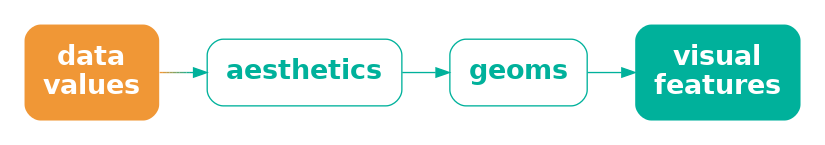
The Graphviz diagram Diagrams/data-aes-geom-vis.png in pmur002/hdvw, before a commit. Its source is kept beside it as Diagrams/data-aes-geom-vis.dot.
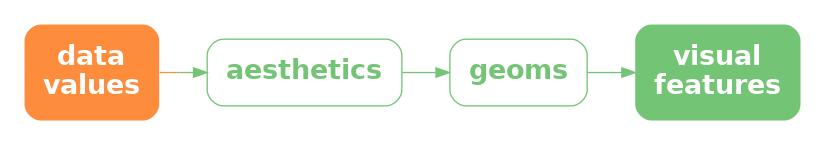
Later version of the same file.

What changed in the source:
```diff
@@ -1,12 +1,12 @@
 digraph {
   graph [ rankdir=LR; margin=.2; nodesep=.5 ];
   node [ fontsize=20; fontname="sans bold"; margin=.2 ];
-  data [ label="data\nvalues"; shape=box; style="filled, rounded"; penwidth=0; fontcolor=white; fillcolor="#F09736" ]
-  aes [ label="aesthetics"; shape=box; style=rounded; color="#00B19B"; fontcolor="#00B19B" ]
-  geom [ label="geoms"; shape=box; style=rounded; color="#00B19B"; fontcolor="#00B19B" ]
+  data [ label="data\nvalues"; shape=box; style="filled, rounded"; penwidth=0; fontcolor=white; fillcolor="#FD8D3C" ]
+  aes [ label="aesthetics"; shape=box; style=rounded; color="#74C476"; fontcolor="#74C476" ]
+  geom [ label="geoms"; shape=box; style=rounded; color="#74C476"; fontcolor="#74C476" ]
   vis [ label="visual\nfeatures"; shape=box;
-     style="filled, rounded"; penwidth=0; fontcolor=white; fillcolor="#00B19B" ]
-  data -> aes [ color="#F09736;0.1:#D59A41;0.1:#BB9D4C;0.1:#A0A058;0.1:#85A363;0.1:#6BA56E;0.1:#50A879;0.1:#35AB85;0.1:#1BAE90;0.1:#00B19B;0.1" ]
-  aes -> geom [ color="#00B19B" ]
-  geom -> vis [ color="#00B19B" ]
+     style="filled, rounded"; penwidth=0; fontcolor=white; fillcolor="#74C476" ]
+  data -> aes [ color="#FD8D3C;0.1:#EE9342;0.1:#DF9949;0.1:#CF9F4F;0.1:#C0A556;0.1:#B1AC5C;0.1:#A2B263;0.1:#92B869;0.1:#83BE70;0.1:#74C476;0.1" ]
+  aes -> geom [ color="#74C476" ]
+  geom -> vis [ color="#74C476" ]
 }
```
